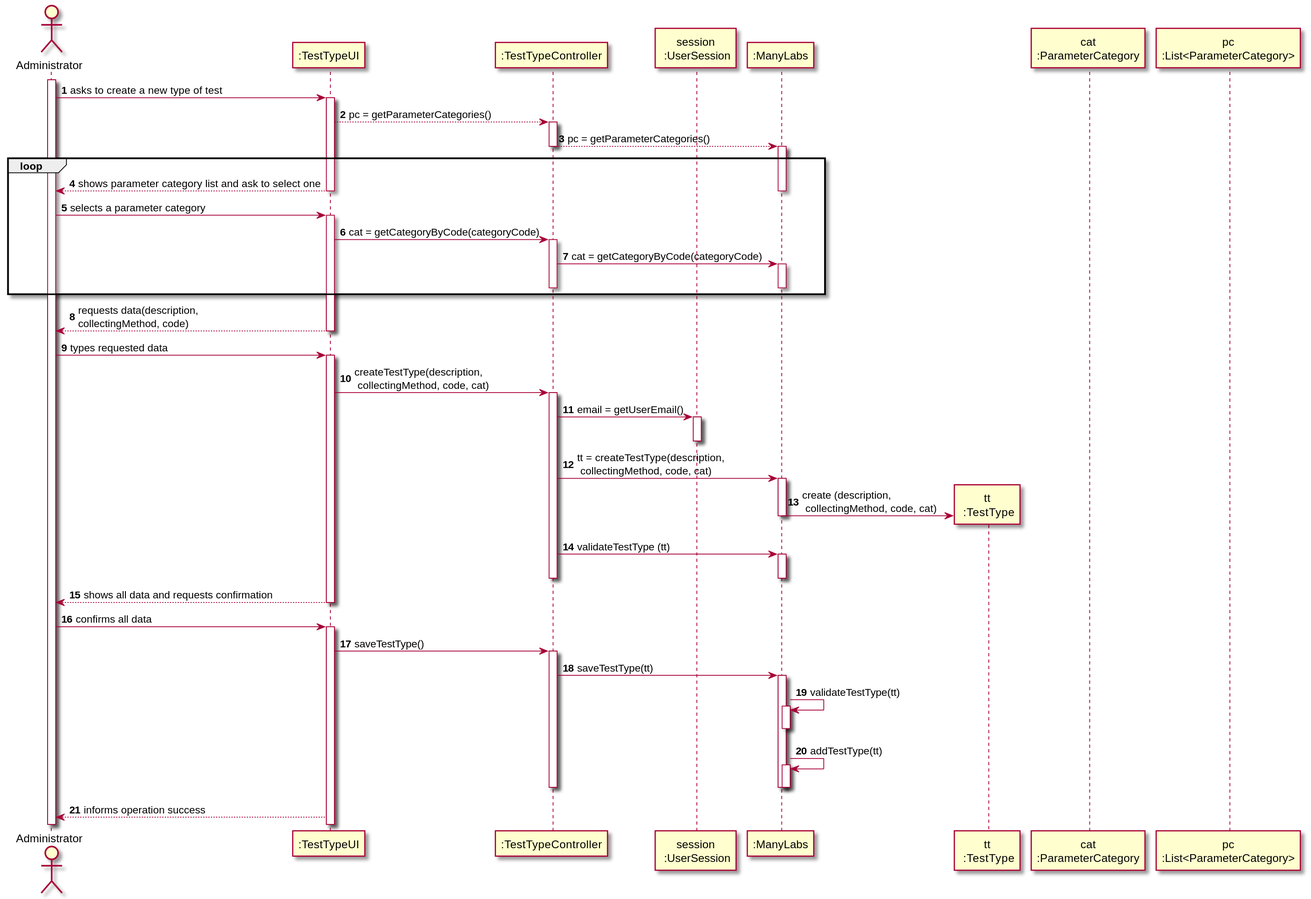
Above: docs/SprintB/US9_CreateTestType/US009_SD_v2.svg in Pedromaia26/LAPR2-ISEP (PlantUML), before the change.
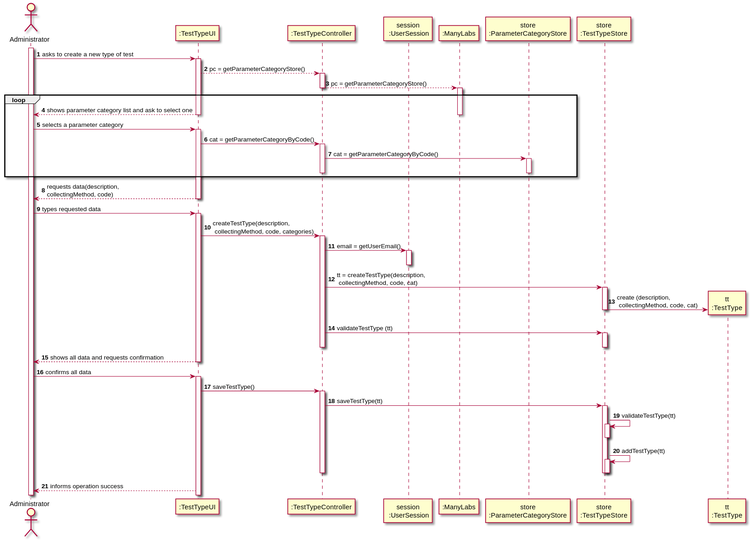
After the commit.

The edit, as a diff of the source:
```diff
@@ -4,9 +4,9 @@
 participant ":TestTypeController" as TTC
 participant "session\n :UserSession" as US
 participant ":ManyLabs" as ML
-participant "tt\n :TestType" as TT
-participant "cat\n:ParameterCategory" as CAT
-participant "pc\n:List<ParameterCategory>" as LIST_CAT
+participant "store\n:ParameterCategoryStore" as PCS
+participant "store\n:TestTypeStore" as TTS
+participant "tt\n:TestType" as TT
 
 
 autonumber
@@ -15,9 +15,9 @@
 activate Adm
 Adm -> UI: asks to create a new type of test
 activate UI
-UI --> TTC: pc = getParameterCategories()
+UI --> TTC: pc = getParameterCategoryStore()
 activate TTC
-TTC --> ML: pc = getParameterCategories()
+TTC --> ML: pc = getParameterCategoryStore()
 deactivate TTC
 activate ML
 loop
@@ -28,12 +28,12 @@
 
 Adm -> UI: selects a parameter category
 activate UI
-UI -> TTC: cat = getCategoryByCode(categoryCode)
+UI -> TTC: cat = getParameterCategoryByCode()
 activate TTC
-TTC -> ML: cat = getCategoryByCode(categoryCode)
-activate ML
-deactivate ML
+TTC -> PCS: cat = getParameterCategoryByCode()
+activate PCS
 deactivate TTC
+deactivate PCS
 end
 UI --> Adm: requests data(description, \ncollectingMethod, code)
 deactivate UI
@@ -41,18 +41,18 @@
 
 Adm -> UI: types requested data
 activate UI
-UI -> TTC: createTestType(description, \n collectingMethod, code, cat)
+UI -> TTC: createTestType(description, \n collectingMethod, code, categories)
 activate TTC
 TTC -> US: email = getUserEmail()
 activate US
 deactivate US
-TTC -> ML: tt = createTestType(description, \n collectingMethod, code, cat)
-activate ML
-ML -> TT**: create (description, \n collectingMethod, code, cat)
-deactivate ML
-TTC -> ML: validateTestType (tt)
-activate ML
-deactivate ML
+TTC -> TTS: tt = createTestType(description, \n collectingMethod, code, cat)
+activate TTS
+TTS -> TT**: create (description, \n collectingMethod, code, cat)
+deactivate TTS
+TTC -> TTS: validateTestType (tt)
+activate TTS
+deactivate TTS
 deactivate TTC
 UI --> Adm: shows all data and requests confirmation
 deactivate UI
@@ -62,16 +62,16 @@
 activate UI
 UI -> TTC: saveTestType()
 activate TTC
-TTC -> ML: saveTestType(tt)
-activate ML
-ML -> ML: validateTestType(tt)
-activate ML
-deactivate ML
-ML -> ML: addTestType(tt)
-activate ML
-deactivate ML
+TTC -> TTS: saveTestType(tt)
+activate TTS
+TTS -> TTS: validateTestType(tt)
+activate TTS
+deactivate TTS
+TTS -> TTS: addTestType(tt)
+activate TTS
+deactivate TTS
 deactivate TTC
-deactivate ML
+deactivate TTS
 UI --> Adm: informs operation success
 
 
```
